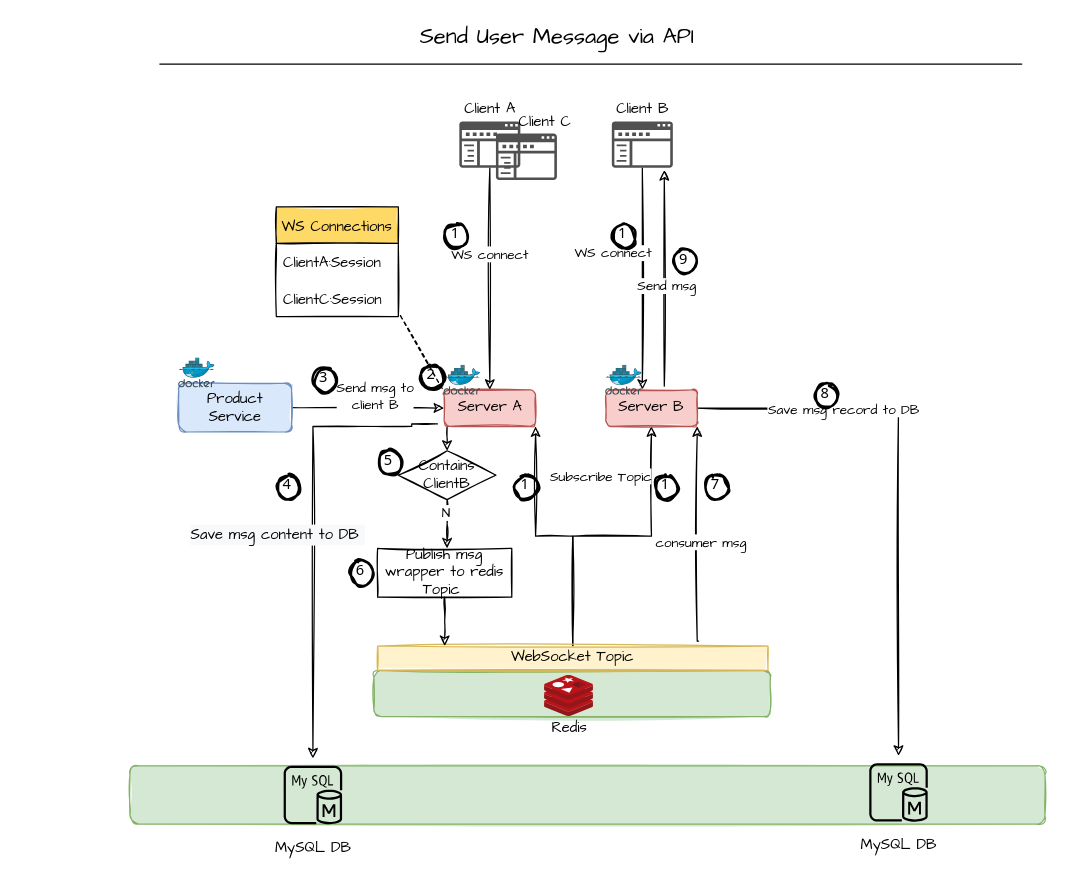
Before: page "Page-4" (4 of 7) of MSP.drawio in yindongjun/gangzhang.github.io, a draw.io diagram. Source tidied: cells renumbered, new cells numbered last; positions are measured from the earlier drawing's top-left corner, leaving out a move shared by most shapes. Both pictures are drawn from the tidied source at 122%, with x=0, y=0 at pixel (129, 23).
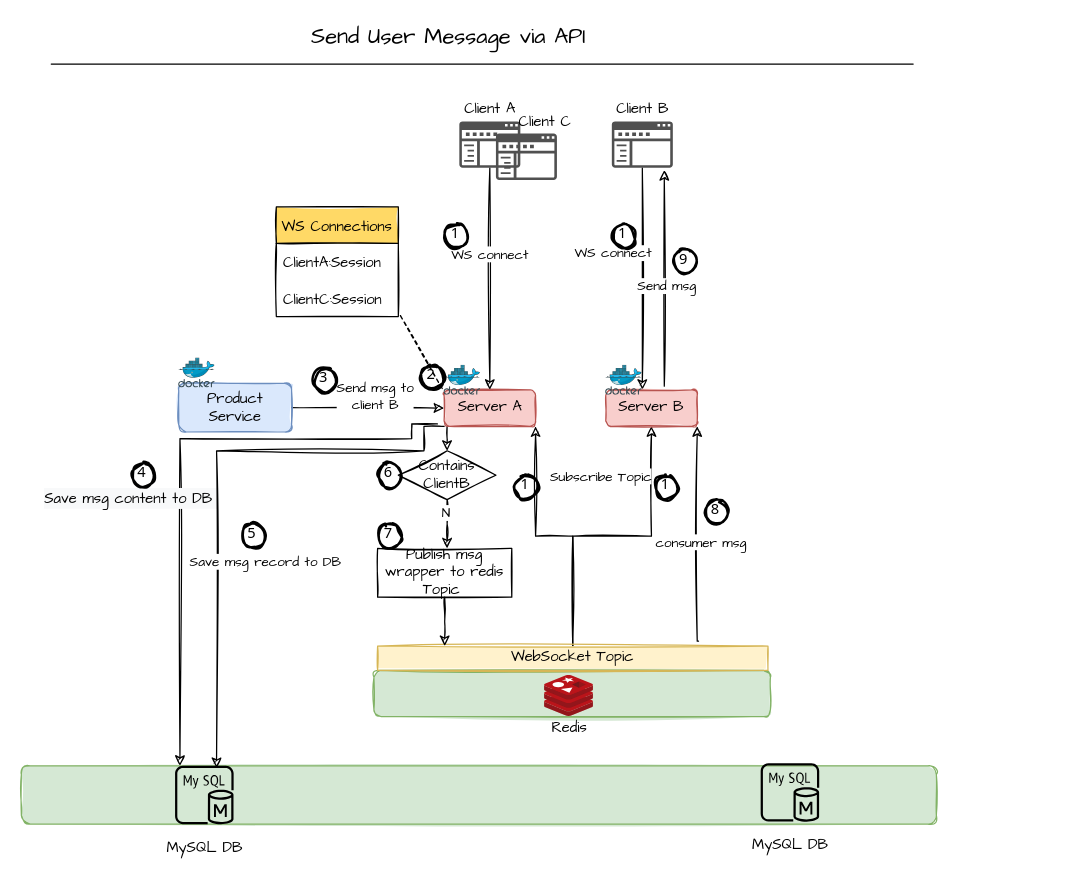
The same diagram, later.

Unchanged cells that the change refers to:
```xml
<mxCell id="10" value="Server A" style="rounded=1;whiteSpace=wrap;html=1;sketch=1;fontFamily=Comic Sans MS;fillColor=#f8cecc;strokeColor=#b85450;fillStyle=solid;" parent="1" vertex="1">
  <mxGeometry x="257.5" y="300" width="75" height="30" as="geometry" />
</mxCell>
<mxCell id="24" value="Server B" style="rounded=1;whiteSpace=wrap;html=1;sketch=1;fontFamily=Comic Sans MS;fillColor=#f8cecc;strokeColor=#b85450;fillStyle=solid;" parent="1" vertex="1">
  <mxGeometry x="390" y="300" width="75" height="30" as="geometry" />
</mxCell>
```

The edit, as a diff of the source:
```diff
@@
     <mxCell id="2" style="rounded=1;whiteSpace=wrap;html=1;sketch=1;fontFamily=Comic Sans MS;fillColor=#d5e8d4;strokeColor=#82b366;fillStyle=solid;" parent="1" vertex="1">
-      <mxGeometry y="608.2" width="750" height="47.8" as="geometry" />
+      <mxGeometry x="-89" y="608.2" width="750" height="47.8" as="geometry" />
     </mxCell>
@@
-    <mxCell id="8" style="edgeStyle=orthogonalEdgeStyle;rounded=0;sketch=1;jettySize=auto;html=1;fontFamily=Comic Sans MS;fontSize=18;strokeColor=#000000;exitX=-0.073;exitY=0.933;exitDx=0;exitDy=0;exitPerimeter=0;" parent="1" edge="1" source="10" target="58">
+    <mxCell id="8" style="edgeStyle=orthogonalEdgeStyle;rounded=0;sketch=1;jettySize=auto;html=1;fontFamily=Comic Sans MS;fontSize=18;strokeColor=#000000;exitX=-0.073;exitY=0.933;exitDx=0;exitDy=0;exitPerimeter=0;" parent="1" edge="1" source="10">
       <mxGeometry relative="1" as="geometry">
+        <mxPoint x="41" y="608.2" as="targetPoint" />
         <Array as="points">
           <mxPoint x="231" y="328" />
-          <mxPoint x="231" y="330" />
-          <mxPoint x="150" y="330" />
+          <mxPoint x="231" y="340" />
+          <mxPoint x="41" y="340" />
         </Array>
       </mxGeometry>
     </mxCell>
     <mxCell id="9" value="&lt;span style=&quot;background-color: rgb(248, 249, 250);&quot;&gt;Save msg content to DB&amp;nbsp;&lt;/span&gt;" style="edgeLabel;html=1;align=center;verticalAlign=middle;fontSize=12;fontFamily=Comic Sans MS;" parent="8" vertex="1">
       <mxGeometry x="0.01" y="-4" relative="1" as="geometry">
-        <mxPoint x="-26" y="4" as="offset" />
+        <mxPoint x="-37" y="25" as="offset" />
       </mxGeometry>
     </mxCell>
@@
-    <mxCell id="22" style="edgeStyle=orthogonalEdgeStyle;rounded=0;sketch=1;jettySize=auto;html=1;fontFamily=Comic Sans MS;strokeColor=#000000;" parent="1" edge="1" source="24" target="56">
-      <mxGeometry relative="1" as="geometry" />
+    <mxCell id="22" style="edgeStyle=orthogonalEdgeStyle;rounded=0;sketch=1;jettySize=auto;html=1;fontFamily=Comic Sans MS;strokeColor=#000000;exitX=0;exitY=1;exitDx=0;exitDy=0;" parent="1" edge="1" source="10">
+      <mxGeometry relative="1" as="geometry">
+        <mxPoint x="71" y="610" as="targetPoint" />
+        <Array as="points">
+          <mxPoint x="241" y="330" />
+          <mxPoint x="241" y="350" />
+          <mxPoint x="71" y="350" />
+        </Array>
+      </mxGeometry>
     </mxCell>
     <mxCell id="23" value="Save msg record to DB" style="edgeLabel;html=1;align=center;verticalAlign=middle;fontFamily=Comic Sans MS;" parent="22" vertex="1">
       <mxGeometry x="-0.49" y="-1" relative="1" as="geometry">
-        <mxPoint x="4" y="-1" as="offset" />
+        <mxPoint x="-48" y="91" as="offset" />
       </mxGeometry>
     </mxCell>
@@
     <mxCell id="52" value="4" style="ellipse;whiteSpace=wrap;html=1;strokeWidth=2;fontFamily=Tahoma;spacingBottom=4;spacingRight=2;sketch=1;fillStyle=solid;fillColor=none;" parent="1" vertex="1">
-      <mxGeometry x="120" y="370" width="20" height="20" as="geometry" />
+      <mxGeometry x="1" y="360" width="20" height="20" as="geometry" />
     </mxCell>
     <mxCell id="53" value="5" style="ellipse;whiteSpace=wrap;html=1;strokeWidth=2;fontFamily=Tahoma;spacingBottom=4;spacingRight=2;sketch=1;fillStyle=solid;fillColor=none;" parent="1" vertex="1">
-      <mxGeometry x="203" y="350" width="20" height="20" as="geometry" />
+      <mxGeometry x="91" y="410" width="20" height="20" as="geometry" />
     </mxCell>
     <mxCell id="54" value="6" style="ellipse;whiteSpace=wrap;html=1;strokeWidth=2;fontFamily=Tahoma;spacingBottom=4;spacingRight=2;sketch=1;fillStyle=solid;fillColor=none;" parent="1" vertex="1">
-      <mxGeometry x="180" y="440" width="20" height="20" as="geometry" />
+      <mxGeometry x="203" y="360" width="20" height="20" as="geometry" />
     </mxCell>
     <mxCell id="55" value="7" style="ellipse;whiteSpace=wrap;html=1;strokeWidth=2;fontFamily=Tahoma;spacingBottom=4;spacingRight=2;sketch=1;fillStyle=solid;fillColor=none;" parent="1" vertex="1">
-      <mxGeometry x="471" y="370" width="20" height="20" as="geometry" />
+      <mxGeometry x="203" y="410" width="20" height="20" as="geometry" />
     </mxCell>
     <mxCell id="56" value="MySQL DB" style="sketch=0;outlineConnect=0;fillColor=none;dashed=0;verticalLabelPosition=bottom;verticalAlign=top;align=center;html=1;fontSize=12;fontStyle=0;shape=mxgraph.aws4.resourceIcon;resIcon=mxgraph.aws4.mysql_db_instance;fillStyle=solid;fontFamily=Comic Sans MS;" parent="1" vertex="1">
-      <mxGeometry x="600" y="600" width="60" height="60" as="geometry" />
+      <mxGeometry x="511" y="600" width="60" height="60" as="geometry" />
     </mxCell>
-    <mxCell id="57" value="8" style="ellipse;whiteSpace=wrap;html=1;strokeWidth=2;fontFamily=Tahoma;spacingBottom=4;spacingRight=2;sketch=1;fillStyle=solid;fillColor=none;" parent="1" vertex="1">
-      <mxGeometry x="561" y="294.6" width="20" height="20" as="geometry" />
-    </mxCell>
     <mxCell id="58" value="MySQL DB" style="sketch=0;outlineConnect=0;fillColor=none;dashed=0;verticalLabelPosition=bottom;verticalAlign=top;align=center;html=1;fontSize=12;fontStyle=0;shape=mxgraph.aws4.resourceIcon;resIcon=mxgraph.aws4.mysql_db_instance;fillStyle=solid;fontFamily=Comic Sans MS;" parent="1" vertex="1">
-      <mxGeometry x="120" y="602.1" width="60" height="60" as="geometry" />
+      <mxGeometry x="31" y="602.1" width="60" height="60" as="geometry" />
     </mxCell>
     <mxCell id="59" value="&lt;font style=&quot;font-size: 18px;&quot;&gt;Send User Message via API&lt;/font&gt;" style="text;html=1;align=center;verticalAlign=middle;fillColor=none;fontFamily=Comic Sans MS;" parent="1" vertex="1">
-      <mxGeometry x="225" width="250" height="20" as="geometry" />
+      <mxGeometry x="136" width="250" height="20" as="geometry" />
     </mxCell>
     <mxCell id="60" style="endArrow=none;html=1;rounded=0;sketch=1;fontFamily=Comic Sans MS;fontSize=18;strokeColor=#000000;" parent="1" edge="1">
       <mxGeometry relative="1" as="geometry">
-        <mxPoint x="24.5" y="33" as="sourcePoint" />
-        <mxPoint x="731" y="33" as="targetPoint" />
+        <mxPoint x="-64.5" y="33" as="sourcePoint" />
+        <mxPoint x="642" y="33" as="targetPoint" />
       </mxGeometry>
     </mxCell>
@@
+    <mxCell id="57" value="8" style="ellipse;whiteSpace=wrap;html=1;strokeWidth=2;fontFamily=Tahoma;spacingBottom=4;spacingRight=2;sketch=1;fillStyle=solid;fillColor=none;" parent="1" vertex="1">
+      <mxGeometry x="471" y="390" width="20" height="20" as="geometry" />
+    </mxCell>
```
